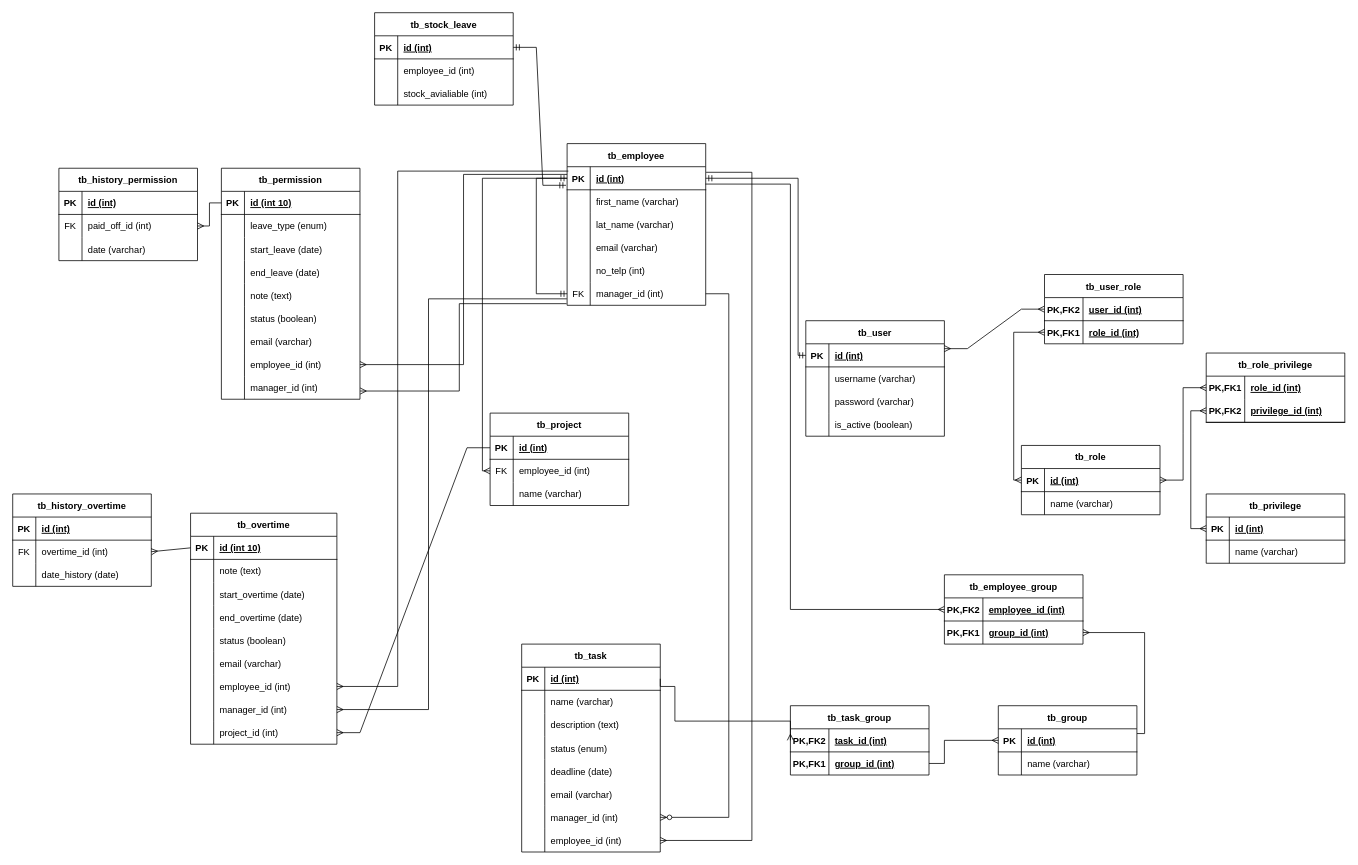
This is Final.drawio from zarmintaa/Skripsi, a draw.io file, before an edit. Source tidied: cells renumbered, new cells numbered last; positions are measured from the earlier drawing's top-left corner, leaving out a move shared by most shapes. Both pictures are drawn from the tidied source at 77%, with x=0, y=0 at pixel (12, 12).
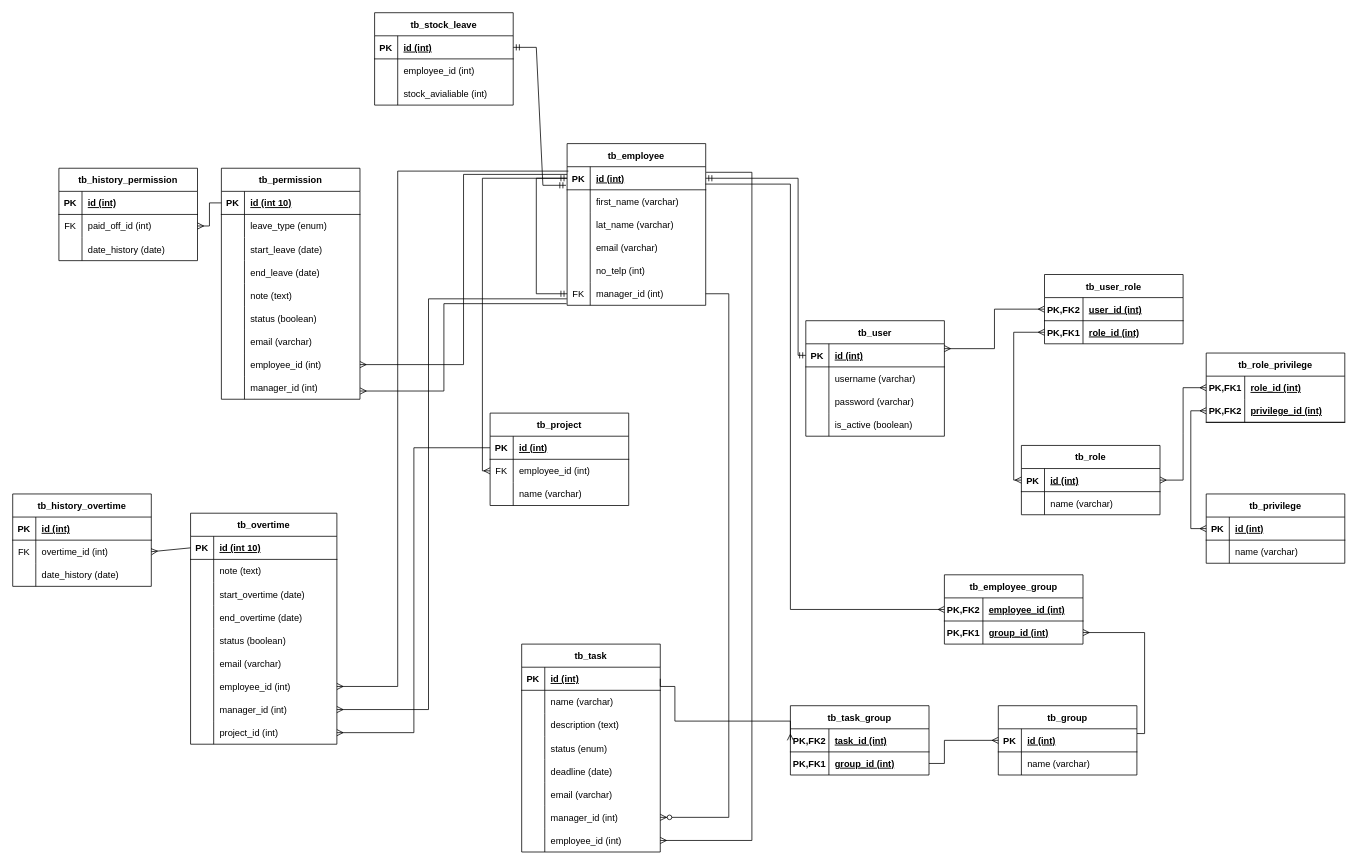
After the change.

Unchanged cells that the change refers to:
```xml
<mxCell id="3" style="shape=tableRow;horizontal=0;startSize=0;swimlaneHead=0;swimlaneBody=0;fillColor=none;points=[[0,0.5],[1,0.5]];portConstraint=eastwest;top=0;left=0;right=0;bottom=1;" parent="2" vertex="1">
  <mxGeometry y="30" width="180" height="30" as="geometry" />
</mxCell>
<mxCell id="45" style="shape=tableRow;horizontal=0;startSize=0;swimlaneHead=0;swimlaneBody=0;fillColor=none;points=[[0,0.5],[1,0.5]];portConstraint=eastwest;top=0;left=0;right=0;bottom=0;" parent="29" vertex="1">
  <mxGeometry y="180" width="180" height="30" as="geometry" />
</mxCell>
<mxCell id="81" style="shape=tableRow;horizontal=0;startSize=0;swimlaneHead=0;swimlaneBody=0;fillColor=none;points=[[0,0.5],[1,0.5]];portConstraint=eastwest;top=0;left=0;right=0;bottom=0;" parent="56" vertex="1">
  <mxGeometry y="270" width="180" height="30" as="geometry" />
</mxCell>
<mxCell id="92" style="shape=tableRow;horizontal=0;startSize=0;swimlaneHead=0;swimlaneBody=0;fillColor=none;top=0;left=0;right=0;bottom=0;" parent="85" vertex="1">
  <mxGeometry y="90" width="180" height="30" as="geometry" />
</mxCell>
<mxCell id="106" style="shape=tableRow;horizontal=0;startSize=0;swimlaneHead=0;swimlaneBody=0;fillColor=none;points=[[0,0.5],[1,0.5]];portConstraint=eastwest;top=0;left=0;right=0;bottom=1;" parent="105" vertex="1">
  <mxGeometry y="30" width="180" height="30" as="geometry" />
</mxCell>
<mxCell id="195" style="shape=tableRow;horizontal=0;startSize=0;swimlaneHead=0;swimlaneBody=0;fillColor=none;points=[[0,0.5],[1,0.5]];portConstraint=eastwest;top=0;left=0;right=0;bottom=0;" parent="170" vertex="1">
  <mxGeometry y="270" width="190" height="30" as="geometry" />
</mxCell>
<mxCell id="214" style="shape=tableRow;horizontal=0;startSize=0;swimlaneHead=0;swimlaneBody=0;fillColor=none;points=[[0,0.5],[1,0.5]];portConstraint=eastwest;top=0;left=0;right=0;bottom=1;" parent="213" vertex="1">
  <mxGeometry y="30" width="180" height="30" as="geometry" />
</mxCell>
```

Change to the diagram source:
```diff
@@
-    <mxCell id="94" value="date (varchar)" style="shape=partialRectangle;fillColor=none;top=0;left=0;bottom=0;right=0;align=left;spacingLeft=6;overflow=hidden;" parent="92" vertex="1">
+    <mxCell id="94" value="date_history (date)" style="shape=partialRectangle;fillColor=none;top=0;left=0;bottom=0;right=0;align=left;spacingLeft=6;overflow=hidden;" parent="92" vertex="1">
       <mxGeometry x="30" width="150" height="30" as="geometry" />
     </mxCell>
@@
-    <mxCell id="112" style="edgeStyle=entityRelationEdgeStyle;fontSize=12;html=1;endArrow=ERmany;startArrow=ERmany;rounded=0;elbow=vertical;entryX=0;entryY=0.5;entryDx=0;entryDy=0;exitX=0.999;exitY=0.21;exitDx=0;exitDy=0;exitPerimeter=0;" parent="1" edge="1" source="3" target="106">
+    <mxCell id="112" style="edgeStyle=elbowEdgeStyle;fontSize=12;html=1;endArrow=ERmany;startArrow=ERmany;rounded=0;entryX=0;entryY=0.5;entryDx=0;entryDy=0;exitX=0.999;exitY=0.21;exitDx=0;exitDy=0;exitPerimeter=0;" parent="1" edge="1" source="3" target="106">
       <mxGeometry relative="1" as="geometry" />
     </mxCell>
@@
     <mxCell id="168" style="edgeStyle=elbowEdgeStyle;fontSize=12;html=1;endArrow=ERmany;rounded=0;exitX=-0.004;exitY=0.929;exitDx=0;exitDy=0;exitPerimeter=0;entryX=1.001;entryY=0.644;entryDx=0;entryDy=0;entryPerimeter=0;" parent="1" edge="1" source="45" target="81">
       <mxGeometry relative="1" as="geometry">
         <Array as="points">
-          <mxPoint x="580" y="450" />
+          <mxPoint x="560" y="430" />
         </Array>
       </mxGeometry>
     </mxCell>
@@
-    <mxCell id="224" style="edgeStyle=entityRelationEdgeStyle;fontSize=12;html=1;endArrow=ERmany;rounded=0;entryX=1;entryY=0.5;entryDx=0;entryDy=0;exitX=0;exitY=0.5;exitDx=0;exitDy=0;" parent="1" edge="1" source="214" target="195">
+    <mxCell id="224" style="edgeStyle=elbowEdgeStyle;fontSize=12;html=1;endArrow=ERmany;rounded=0;entryX=1;entryY=0.5;entryDx=0;entryDy=0;exitX=0;exitY=0.5;exitDx=0;exitDy=0;" parent="1" edge="1" source="214" target="195">
       <mxGeometry relative="1" as="geometry" />
     </mxCell>
```
